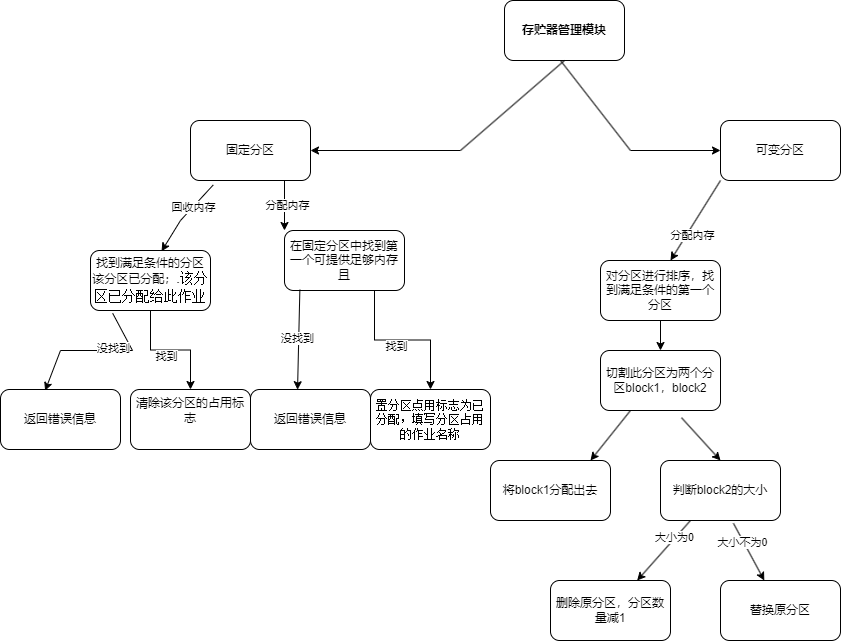
Above: draw.io/存贮器管理模块设计.drawio.png in Nessential/draw.io (draw.io), before the change. Source tidied: cells renumbered, new cells last; positions are measured from the earlier drawing's top-left corner, leaving out a move shared by most shapes.
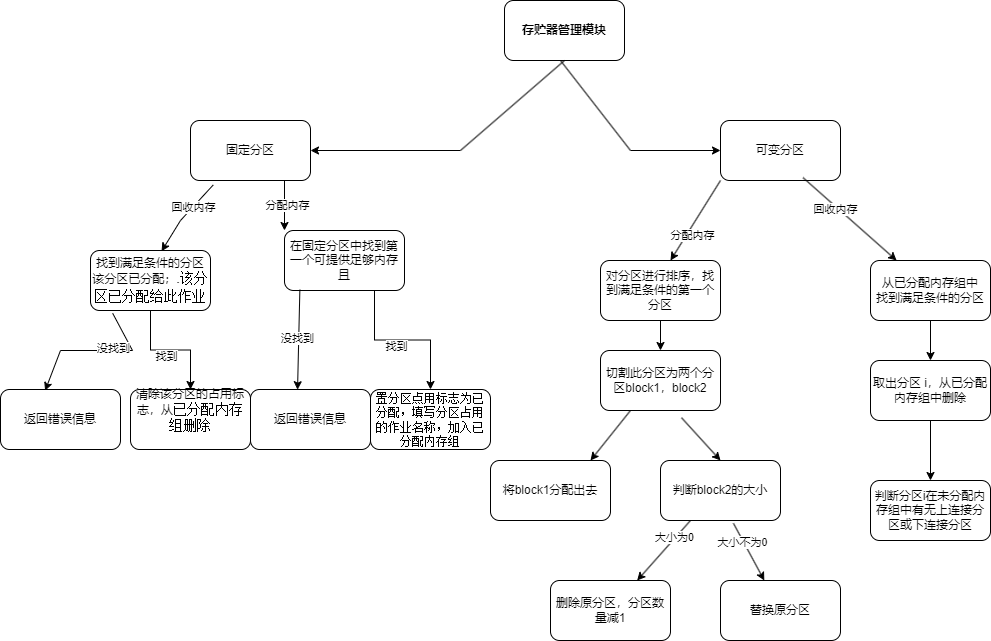
The same file after the commit.

Commit message:
更新存贮器管理模块设计.drawio.png

The edit, as a diff of the source:
```diff
@@ -52,7 +52,7 @@
     <mxCell id="13" value="找到满足条件的分区该分区已分配；&lt;span style=&quot;font-size:10.5pt;mso-bidi-font-size:12.0pt;font-family:&amp;quot;Times New Roman&amp;quot;,serif;&lt;br/&gt;mso-fareast-font-family:宋体;mso-font-kerning:1.0pt;mso-ansi-language:EN-US;&lt;br/&gt;mso-fareast-language:ZH-CN;mso-bidi-language:AR-SA&quot; lang=&quot;EN-US&quot;&gt;.&lt;/span&gt;&lt;span style=&quot;font-size:10.5pt;mso-bidi-font-size:12.0pt;font-family:宋体;mso-ascii-font-family:&lt;br/&gt;&amp;quot;Times New Roman&amp;quot;;mso-hansi-font-family:&amp;quot;Times New Roman&amp;quot;;mso-bidi-font-family:&lt;br/&gt;&amp;quot;Times New Roman&amp;quot;;mso-font-kerning:1.0pt;mso-ansi-language:EN-US;mso-fareast-language:&lt;br/&gt;ZH-CN;mso-bidi-language:AR-SA&quot;&gt;该分区已分配给此作业&lt;/span&gt;" style="rounded=1;whiteSpace=wrap;html=1;" parent="1" vertex="1">
       <mxGeometry x="90" y="250" width="120" height="60" as="geometry" />
     </mxCell>
-    <mxCell id="14" value="清除该分区的占用标志&lt;span style=&quot;font-size:10.5pt;mso-bidi-font-size:12.0pt;font-family:&amp;quot;Times New Roman&amp;quot;,serif;&lt;br/&gt;mso-fareast-font-family:宋体;mso-font-kerning:1.0pt;mso-ansi-language:EN-US;&lt;br/&gt;mso-fareast-language:ZH-CN;mso-bidi-language:AR-SA&quot; lang=&quot;EN-US&quot;&gt;&lt;br&gt;&amp;nbsp;&lt;/span&gt;" style="whiteSpace=wrap;html=1;rounded=1;" parent="1" vertex="1">
+    <mxCell id="14" value="清除该分区的占用标志，从&lt;span style=&quot;font-size:10.5pt;mso-bidi-font-size:12.0pt;font-family:&amp;quot;Times New Roman&amp;quot;,serif;&lt;br/&gt;mso-fareast-font-family:宋体;mso-font-kerning:1.0pt;mso-ansi-language:EN-US;&lt;br/&gt;mso-fareast-language:ZH-CN;mso-bidi-language:AR-SA&quot; lang=&quot;EN-US&quot;&gt;已分配内存组删除&lt;br&gt;&amp;nbsp;&lt;/span&gt;" style="whiteSpace=wrap;html=1;rounded=1;" parent="1" vertex="1">
       <mxGeometry x="130" y="389" width="120" height="60" as="geometry" />
     </mxCell>
     <mxCell id="15" value="返回错误信息" style="whiteSpace=wrap;html=1;rounded=1;" parent="1" vertex="1">
@@ -75,7 +75,7 @@
     <mxCell id="19" value="找到" style="edgeLabel;html=1;align=center;verticalAlign=middle;" parent="18" vertex="1">
       <mxGeometry x="-0.08" y="-6" relative="1" as="geometry" />
     </mxCell>
-    <mxCell id="20" value="&lt;span style=&quot;font-size:&lt;br/&gt;10.5pt;mso-bidi-font-size:12.0pt;font-family:&amp;quot;Times New Roman&amp;quot;,serif;&lt;br/&gt;mso-fareast-font-family:宋体;mso-font-kerning:1.0pt;mso-ansi-language:EN-US;&lt;br/&gt;mso-fareast-language:ZH-CN;mso-bidi-language:AR-SA&quot; lang=&quot;EN-US&quot;&gt;置分区点用标志为已分配，填写分区占用的作业名称&lt;br&gt;&lt;/span&gt;" style="whiteSpace=wrap;html=1;rounded=1;" parent="1" vertex="1">
+    <mxCell id="20" value="&lt;span style=&quot;font-size:&lt;br/&gt;10.5pt;mso-bidi-font-size:12.0pt;font-family:&amp;quot;Times New Roman&amp;quot;,serif;&lt;br/&gt;mso-fareast-font-family:宋体;mso-font-kerning:1.0pt;mso-ansi-language:EN-US;&lt;br/&gt;mso-fareast-language:ZH-CN;mso-bidi-language:AR-SA&quot; lang=&quot;EN-US&quot;&gt;置分区点用标志为已分配，填写分区占用的作业名称，加入已分配内存组&lt;br&gt;&lt;/span&gt;" style="whiteSpace=wrap;html=1;rounded=1;" parent="1" vertex="1">
       <mxGeometry x="370" y="389" width="120" height="60" as="geometry" />
     </mxCell>
     <mxCell id="21" value="返回错误信息" style="whiteSpace=wrap;html=1;rounded=1;" parent="1" vertex="1">
@@ -154,5 +154,26 @@
     <mxCell id="41" value="替换原分区" style="rounded=1;whiteSpace=wrap;html=1;" parent="1" vertex="1">
       <mxGeometry x="720" y="580" width="120" height="60" as="geometry" />
     </mxCell>
+    <mxCell id="42" style="endArrow=classic;html=1;rounded=0;exitX=0.688;exitY=0.953;exitDx=0;exitDy=0;exitPerimeter=0;" parent="1" edge="1" source="26" target="45">
+      <mxGeometry relative="1" as="geometry" />
+    </mxCell>
+    <mxCell id="43" value="回收内存" style="edgeLabel;html=1;align=center;verticalAlign=middle;" parent="42" vertex="1">
+      <mxGeometry x="-0.27" y="-2" relative="1" as="geometry" />
+    </mxCell>
+    <mxCell id="44" style="edgeStyle=orthogonalEdgeStyle;rounded=0;jettySize=auto;html=1;" parent="1" edge="1" source="45" target="47">
+      <mxGeometry relative="1" as="geometry" />
+    </mxCell>
+    <mxCell id="45" value="从已分配内存组中&lt;br&gt;找到满足条件的分区" style="rounded=1;whiteSpace=wrap;html=1;" parent="1" vertex="1">
+      <mxGeometry x="870" y="260" width="120" height="60" as="geometry" />
+    </mxCell>
+    <mxCell id="46" style="edgeStyle=orthogonalEdgeStyle;rounded=0;jettySize=auto;html=1;" parent="1" edge="1" source="47" target="48">
+      <mxGeometry relative="1" as="geometry" />
+    </mxCell>
+    <mxCell id="47" value="取出分区 i，从已分配内存组中删除" style="whiteSpace=wrap;html=1;rounded=1;" parent="1" vertex="1">
+      <mxGeometry x="870" y="360" width="120" height="60" as="geometry" />
+    </mxCell>
+    <mxCell id="48" value="判断分区i在未分配内存组中有无上连接分区或下连接分区" style="whiteSpace=wrap;html=1;rounded=1;" parent="1" vertex="1">
+      <mxGeometry x="870" y="480" width="120" height="60" as="geometry" />
+    </mxCell>
   </root>
 </mxGraphModel>
```
